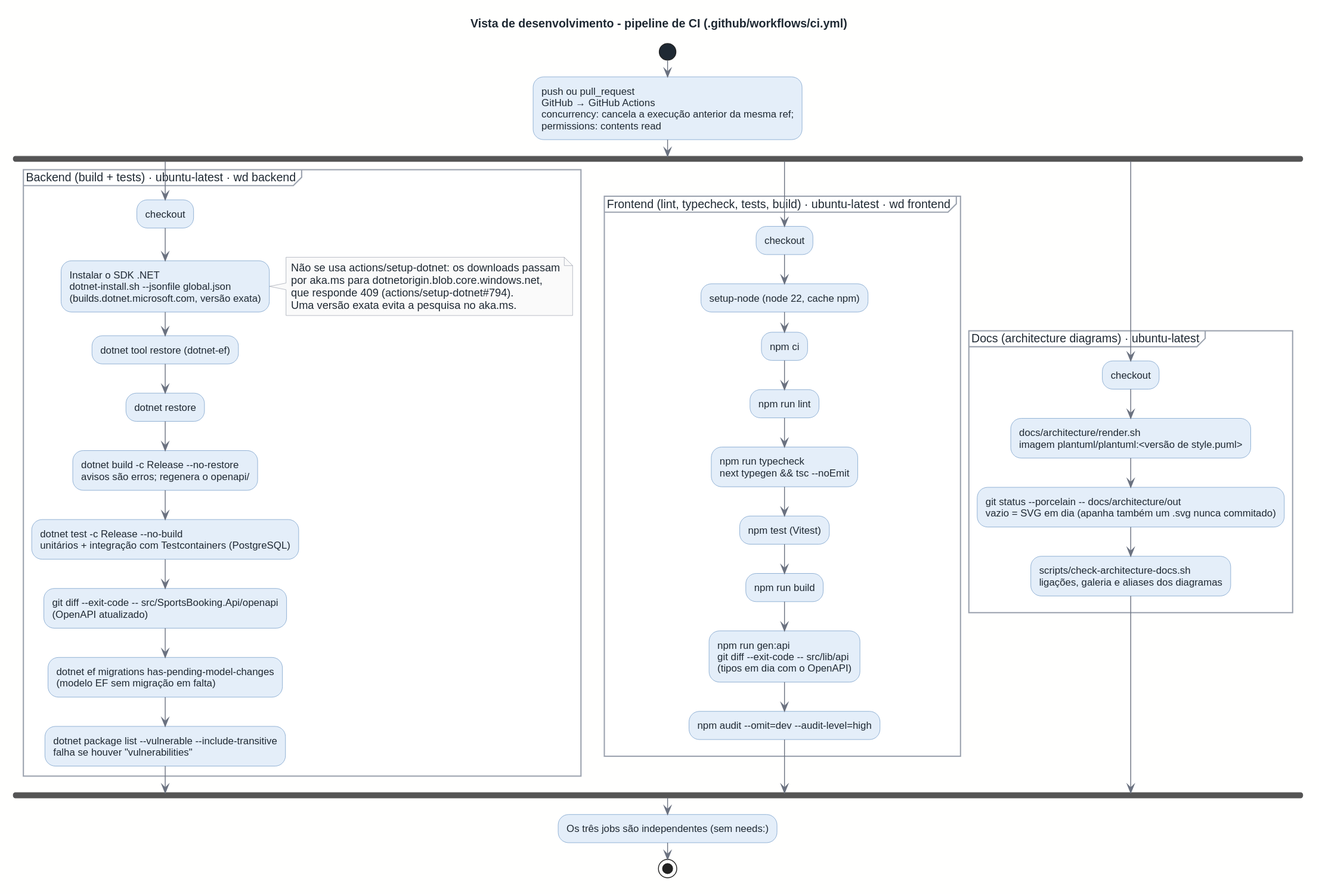
The PlantUML diagram docs/architecture/out/development-ci.svg in rodrigo4sousa/SportsEstablishments, before a commit.
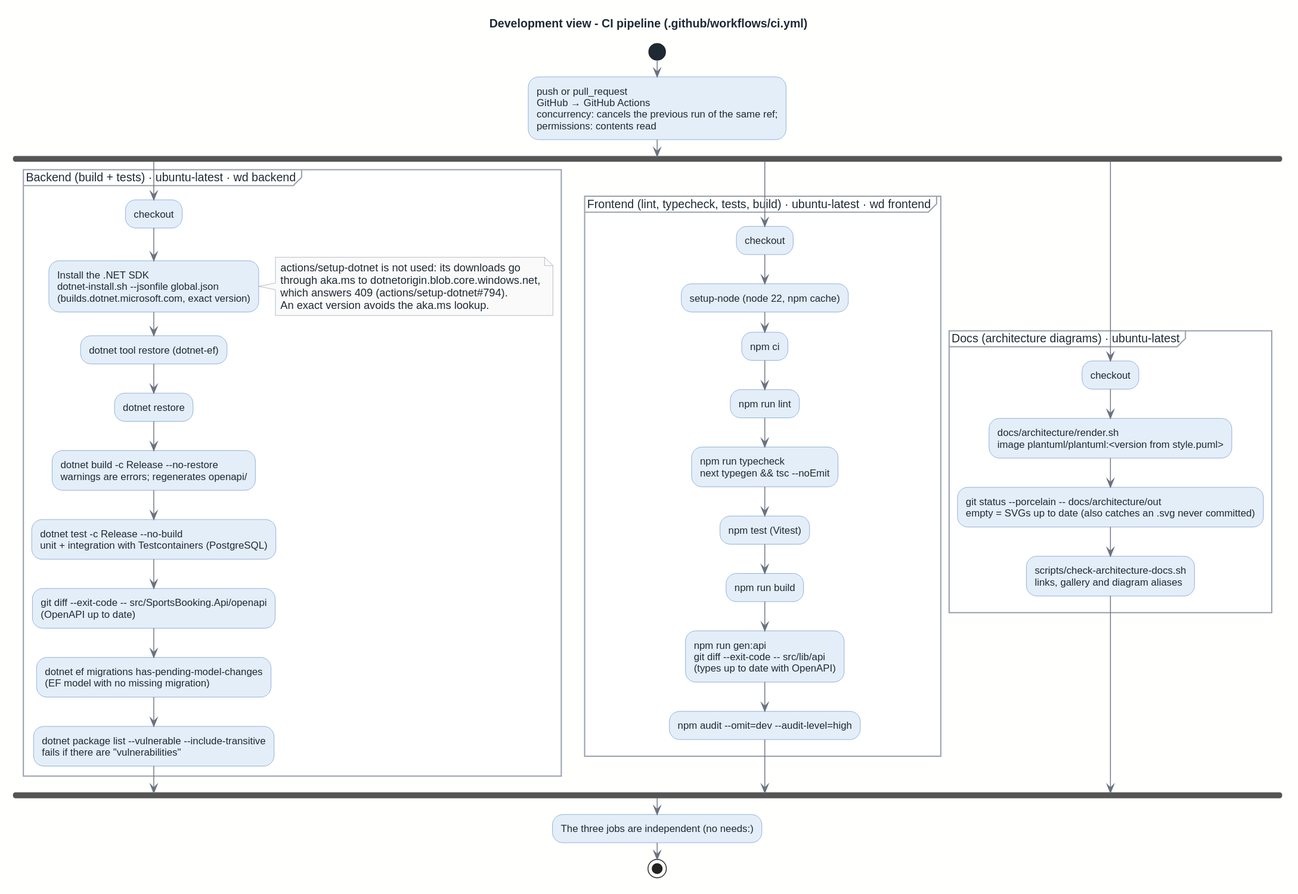
After the change.

The edit, as a diff of the source:
```diff
@@ -1,48 +1,48 @@
 @startuml
 !include ../style.puml
-title Vista de desenvolvimento - pipeline de CI (.github/workflows/ci.yml)
+title Development view - CI pipeline (.github/workflows/ci.yml)
 
 start
-:push ou pull_request\nGitHub → GitHub Actions\nconcurrency: cancela a execução anterior da mesma ref;\npermissions: contents read;
+:push or pull_request\nGitHub → GitHub Actions\nconcurrency: cancels the previous run of the same ref;\npermissions: contents read;
 fork
   partition "Backend (build + tests) · ubuntu-latest · wd backend" {
     :checkout;
-    :Instalar o SDK .NET\ndotnet-install.sh ~-~-jsonfile global.json\n(builds.dotnet.microsoft.com, versão exata);
+    :Install the .NET SDK\ndotnet-install.sh ~-~-jsonfile global.json\n(builds.dotnet.microsoft.com, exact version);
     note right
-      Não se usa actions/setup-dotnet: os downloads passam
-      por aka.ms para dotnetorigin.blob.core.windows.net,
-      que responde 409 (actions/setup-dotnet#794).
-      Uma versão exata evita a pesquisa no aka.ms.
+      actions/setup-dotnet is not used: its downloads go
+      through aka.ms to dotnetorigin.blob.core.windows.net,
+      which answers 409 (actions/setup-dotnet#794).
+      An exact version avoids the aka.ms lookup.
     end note
     :dotnet tool restore (dotnet-ef);
     :dotnet restore;
-    :dotnet build -c Release ~-~-no-restore\navisos são erros; regenera o openapi/;
-    :dotnet test -c Release ~-~-no-build\nunitários + integração com Testcontainers (PostgreSQL);
-    :git diff ~-~-exit-code -- src/SportsBooking.Api/openapi\n(OpenAPI atualizado);
-    :dotnet ef migrations has-pending-model-changes\n(modelo EF sem migração em falta);
-    :dotnet package list ~-~-vulnerable ~-~-include-transitive\nfalha se houver "vulnerabilities";
+    :dotnet build -c Release ~-~-no-restore\nwarnings are errors; regenerates openapi/;
+    :dotnet test -c Release ~-~-no-build\nunit + integration with Testcontainers (PostgreSQL);
+    :git diff ~-~-exit-code -- src/SportsBooking.Api/openapi\n(OpenAPI up to date);
+    :dotnet ef migrations has-pending-model-changes\n(EF model with no missing migration);
+    :dotnet package list ~-~-vulnerable ~-~-include-transitive\nfails if there are "vulnerabilities";
   }
 fork again
   partition "Frontend (lint, typecheck, tests, build) · ubuntu-latest · wd frontend" {
     :checkout;
-    :setup-node (node 22, cache npm);
+    :setup-node (node 22, npm cache);
     :npm ci;
     :npm run lint;
     :npm run typecheck\nnext typegen && tsc ~-~-noEmit;
     :npm test (Vitest);
     :npm run build;
-    :npm run gen:api\ngit diff ~-~-exit-code -- src/lib/api\n(tipos em dia com o OpenAPI);
+    :npm run gen:api\ngit diff ~-~-exit-code -- src/lib/api\n(types up to date with OpenAPI);
     :npm audit ~-~-omit=dev ~-~-audit-level=high;
   }
 fork again
   partition "Docs (architecture diagrams) · ubuntu-latest" {
     :checkout;
-    :docs/architecture/render.sh\nimagem plantuml/plantuml:<versão de style.puml>;
-    :git status ~-~-porcelain -- docs/architecture/out\nvazio = SVG em dia (apanha também um .svg nunca commitado);
+    :docs/architecture/render.sh\nimage plantuml/plantuml:<version from style.puml>;
+    :git status ~-~-porcelain -- docs/architecture/out\nempty = SVGs up to date (also catches an .svg never committed);
     :scripts/check-architecture-docs.sh
-ligações, galeria e aliases dos diagramas;
+links, gallery and diagram aliases;
   }
 end fork
-:Os três jobs são independentes (sem needs:);
+:The three jobs are independent (no needs:);
 stop
 @enduml
```
